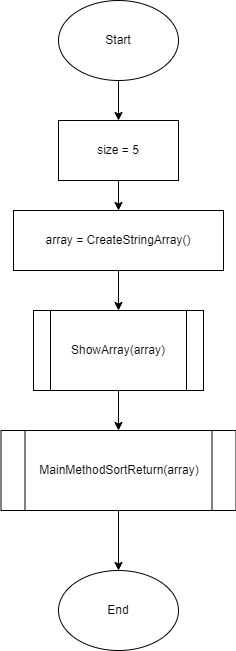
wdlts/EXAMINATION_CSHARP keeps this draw.io diagram as 4.Output.drawio.png. Above is the earlier version. Source tidied: cells renumbered, new cells last; positions are measured from the earlier drawing's top-left corner, leaving out a move shared by most shapes.
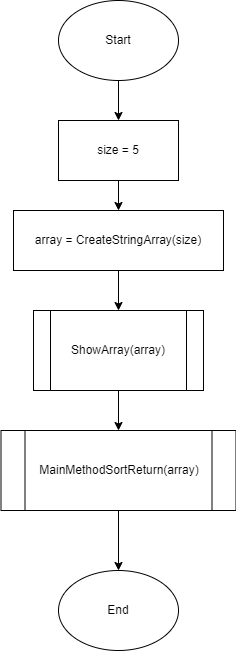
Later version of the same file.

The edit, as a diff of the source:
```diff
@@ -30,7 +30,7 @@
     <mxCell id="9" style="edgeStyle=none;html=1;" parent="1" edge="1" source="10" target="4">
       <mxGeometry relative="1" as="geometry" />
     </mxCell>
-    <mxCell id="10" value="&lt;span&gt;array = CreateStringArray()&lt;/span&gt;" style="rounded=0;whiteSpace=wrap;html=1;" parent="1" vertex="1">
+    <mxCell id="10" value="&lt;span&gt;array = CreateStringArray(size)&lt;/span&gt;" style="rounded=0;whiteSpace=wrap;html=1;" parent="1" vertex="1">
       <mxGeometry x="13" y="210" width="210" height="60" as="geometry" />
     </mxCell>
     <mxCell id="11" value="Start" style="ellipse;whiteSpace=wrap;html=1;" parent="1" vertex="1">
```
